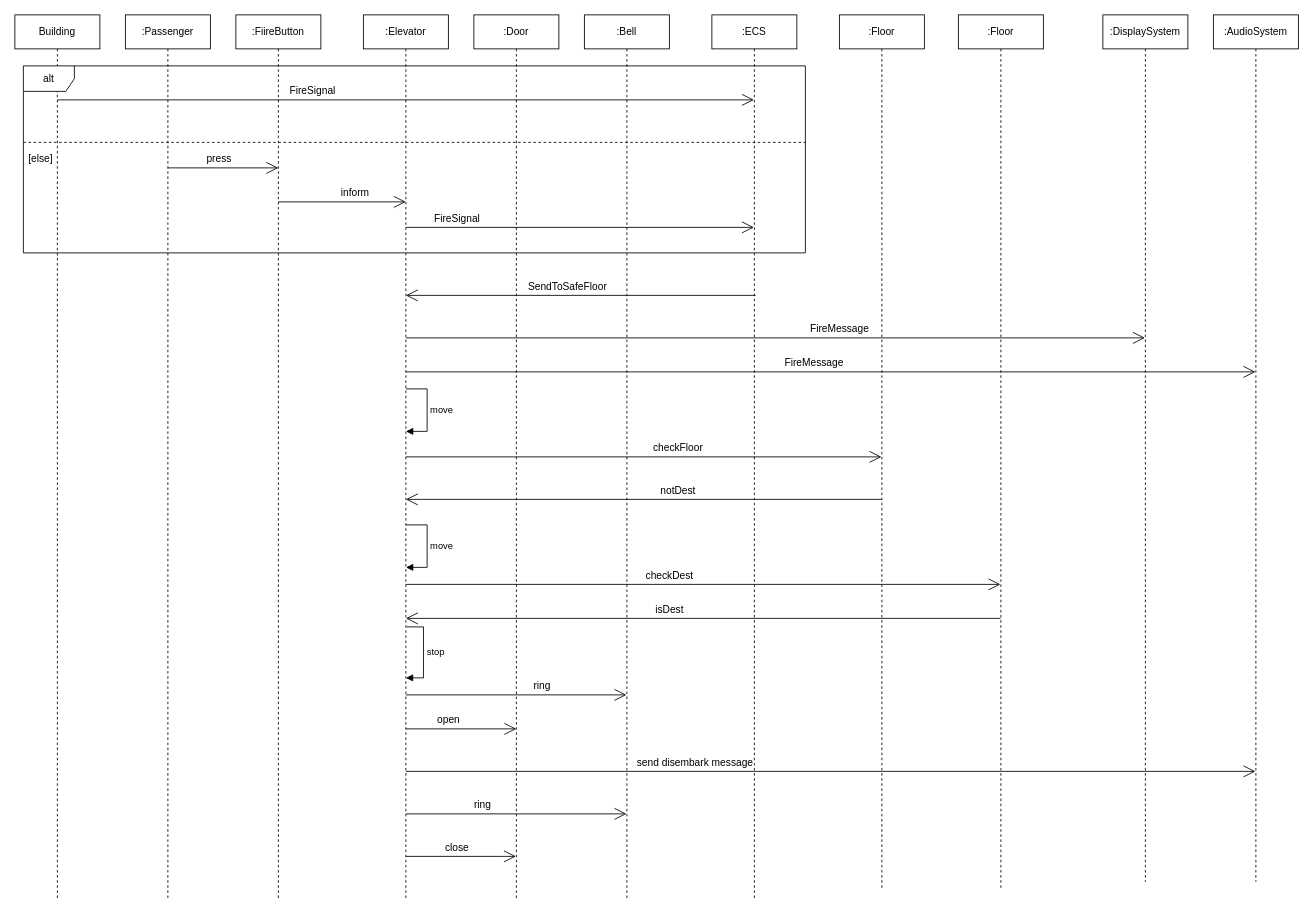
Above: sequenceDiagram4.drawio in streaker0/UML-saves (draw.io), before the change. Source tidied: cells renumbered, new cells numbered last; positions are measured from the earlier drawing's top-left corner, leaving out a move shared by most shapes. Both pictures are drawn from the tidied source at 85%, with x=0, y=0 at pixel (14, 14).
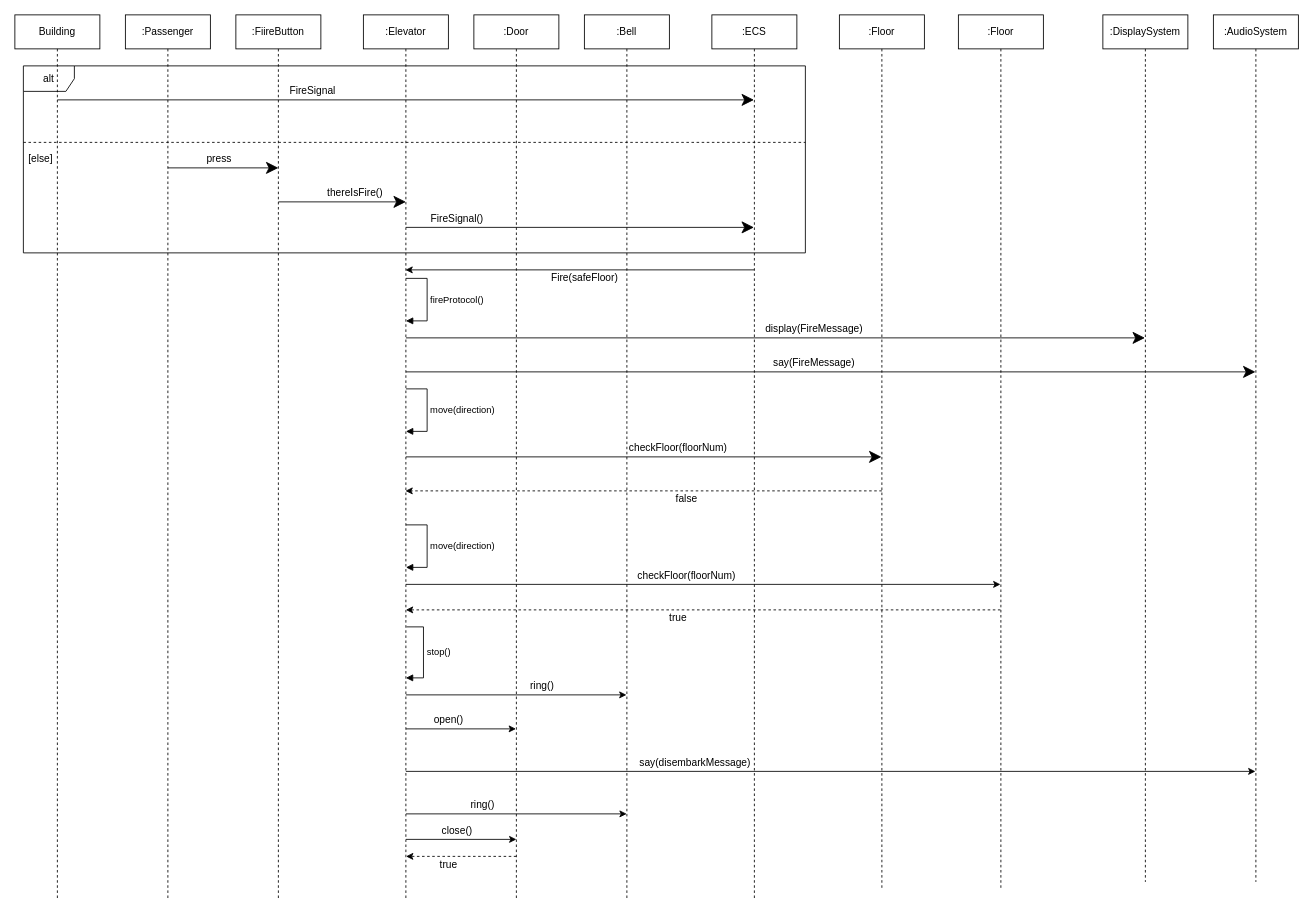
Above is the later version.

Unchanged cells that the change refers to:
```xml
<mxCell id="6" value=":Elevator" style="shape=umlLifeline;perimeter=lifelinePerimeter;whiteSpace=wrap;html=1;outlineConnect=0;" parent="1" vertex="1">
  <mxGeometry x="410" width="100" height="1040" as="geometry" />
</mxCell>
<mxCell id="7" value=":ECS" style="shape=umlLifeline;perimeter=lifelinePerimeter;whiteSpace=wrap;html=1;outlineConnect=0;" parent="1" vertex="1">
  <mxGeometry x="820" width="100" height="1040" as="geometry" />
</mxCell>
<mxCell id="8" value=":Floor" style="shape=umlLifeline;perimeter=lifelinePerimeter;whiteSpace=wrap;html=1;outlineConnect=0;" parent="1" vertex="1">
  <mxGeometry x="1110" width="100" height="1030" as="geometry" />
</mxCell>
<mxCell id="9" value=":AudioSystem" style="shape=umlLifeline;perimeter=lifelinePerimeter;whiteSpace=wrap;html=1;outlineConnect=0;" parent="1" vertex="1">
  <mxGeometry x="1410" width="100" height="1020" as="geometry" />
</mxCell>
<mxCell id="10" value=":DisplaySystem" style="shape=umlLifeline;perimeter=lifelinePerimeter;whiteSpace=wrap;html=1;outlineConnect=0;" parent="1" vertex="1">
  <mxGeometry x="1280" width="100" height="1020" as="geometry" />
</mxCell>
<mxCell id="11" value=":Door" style="shape=umlLifeline;perimeter=lifelinePerimeter;whiteSpace=wrap;html=1;outlineConnect=0;" parent="1" vertex="1">
  <mxGeometry x="540" width="100" height="1040" as="geometry" />
</mxCell>
<mxCell id="14" value=":Bell" style="shape=umlLifeline;perimeter=lifelinePerimeter;whiteSpace=wrap;html=1;outlineConnect=0;" parent="1" vertex="1">
  <mxGeometry x="670" width="100" height="1040" as="geometry" />
</mxCell>
<mxCell id="18" value=":Floor" style="shape=umlLifeline;perimeter=lifelinePerimeter;whiteSpace=wrap;html=1;outlineConnect=0;" parent="1" vertex="1">
  <mxGeometry x="970" width="100" height="1030" as="geometry" />
</mxCell>
```

What changed in the source:
```diff
@@
+    <mxCell id="49" value="alt" style="shape=umlFrame;whiteSpace=wrap;html=1;" parent="1" vertex="1">
+      <mxGeometry x="10" y="60" width="920" height="220" as="geometry" />
+    </mxCell>
@@
-    <mxCell id="12" style="endArrow=open;endFill=1;endSize=12;html=1;" parent="11" edge="1" target="7">
+    <mxCell id="12" style="endArrow=classic;endFill=1;endSize=12;html=1;" parent="11" edge="1" target="7">
       <mxGeometry relative="1" as="geometry">
         <mxPoint x="-80" y="250" as="sourcePoint" />
       </mxGeometry>
     </mxCell>
-    <mxCell id="13" style="endArrow=open;endFill=1;endSize=12;html=1;" parent="11" edge="1" target="14">
-      <mxGeometry relative="1" as="geometry">
-        <mxPoint x="-80" y="940" as="sourcePoint" />
-      </mxGeometry>
-    </mxCell>
@@
-    <mxCell id="15" style="endArrow=open;endFill=1;endSize=12;html=1;" parent="1" edge="1" target="7">
+    <mxCell id="15" style="endArrow=classic;endFill=1;endSize=12;html=1;" parent="1" edge="1" target="7">
       <mxGeometry relative="1" as="geometry">
         <mxPoint x="50" y="100" as="sourcePoint" />
       </mxGeometry>
     </mxCell>
-    <mxCell id="16" style="endArrow=open;endFill=1;endSize=12;html=1;" parent="1" edge="1">
+    <mxCell id="16" style="endArrow=classic;endFill=1;endSize=12;html=1;" parent="1" edge="1">
       <mxGeometry relative="1" as="geometry">
         <mxPoint x="180" y="180" as="sourcePoint" />
         <mxPoint x="310" y="180" as="targetPoint" />
       </mxGeometry>
     </mxCell>
-    <mxCell id="17" style="endArrow=open;endFill=1;endSize=12;html=1;" parent="1" edge="1">
+    <mxCell id="17" style="endArrow=classic;endFill=1;endSize=12;html=1;" parent="1" edge="1">
       <mxGeometry relative="1" as="geometry">
         <mxPoint x="310" y="220" as="sourcePoint" />
         <mxPoint x="460" y="220" as="targetPoint" />
       </mxGeometry>
     </mxCell>
@@
-    <mxCell id="19" style="endArrow=open;endFill=1;endSize=12;html=1;" parent="1" edge="1" target="10">
+    <mxCell id="19" style="endArrow=classic;endFill=1;endSize=12;html=1;" parent="1" edge="1" target="10">
       <mxGeometry relative="1" as="geometry">
         <mxPoint x="460" y="380" as="sourcePoint" />
       </mxGeometry>
     </mxCell>
-    <mxCell id="20" style="endArrow=open;endFill=1;endSize=12;html=1;" parent="1" edge="1" target="9">
+    <mxCell id="20" style="endArrow=classic;endFill=1;endSize=12;html=1;" parent="1" edge="1" target="9">
       <mxGeometry relative="1" as="geometry">
         <mxPoint x="460" y="420" as="sourcePoint" />
       </mxGeometry>
     </mxCell>
-    <mxCell id="21" style="endArrow=open;endFill=1;endSize=12;html=1;" parent="1" edge="1">
-      <mxGeometry relative="1" as="geometry">
-        <mxPoint x="871.4" y="330" as="sourcePoint" />
-        <mxPoint x="460" y="330" as="targetPoint" />
-      </mxGeometry>
-    </mxCell>
-    <mxCell id="22" style="endArrow=open;endFill=1;endSize=12;html=1;" parent="1" edge="1" target="18">
+    <mxCell id="22" style="endArrow=classic;endFill=1;endSize=12;html=1;" parent="1" edge="1" target="18">
       <mxGeometry relative="1" as="geometry">
         <mxPoint x="460" y="520" as="sourcePoint" />
       </mxGeometry>
     </mxCell>
-    <mxCell id="23" style="endArrow=open;endFill=1;endSize=12;html=1;" parent="1" edge="1">
-      <mxGeometry relative="1" as="geometry">
-        <mxPoint x="1019.5" y="570" as="sourcePoint" />
-        <mxPoint x="460" y="570" as="targetPoint" />
-      </mxGeometry>
-    </mxCell>
-    <mxCell id="24" style="endArrow=open;endFill=1;endSize=12;html=1;" parent="1" edge="1" target="8">
-      <mxGeometry relative="1" as="geometry">
-        <mxPoint x="460" y="670" as="sourcePoint" />
-      </mxGeometry>
-    </mxCell>
-    <mxCell id="25" style="endArrow=open;endFill=1;endSize=12;html=1;" parent="1" edge="1">
-      <mxGeometry relative="1" as="geometry">
-        <mxPoint x="1159.5" y="710" as="sourcePoint" />
-        <mxPoint x="460" y="710" as="targetPoint" />
-      </mxGeometry>
-    </mxCell>
@@
-    <mxCell id="28" value="inform" style="text;html=1;align=center;verticalAlign=middle;" parent="1" vertex="1">
-      <mxGeometry x="375" y="200" width="50" height="20" as="geometry" />
+    <mxCell id="28" value="thereIsFire()" style="text;html=1;align=center;verticalAlign=middle;" parent="1" vertex="1">
+      <mxGeometry x="360" y="200" width="80" height="20" as="geometry" />
     </mxCell>
-    <mxCell id="29" value="FireSignal" style="text;html=1;align=center;verticalAlign=middle;" parent="1" vertex="1">
-      <mxGeometry x="485" y="230" width="70" height="20" as="geometry" />
+    <mxCell id="29" value="FireSignal()" style="text;html=1;align=center;verticalAlign=middle;" parent="1" vertex="1">
+      <mxGeometry x="480" y="230" width="80" height="20" as="geometry" />
     </mxCell>
-    <mxCell id="30" value="SendToSafeFloor" style="text;html=1;align=center;verticalAlign=middle;" parent="1" vertex="1">
-      <mxGeometry x="595" y="310" width="110" height="20" as="geometry" />
-    </mxCell>
-    <mxCell id="31" value="FireMessage" style="text;html=1;align=center;verticalAlign=middle;" parent="1" vertex="1">
-      <mxGeometry x="930" y="360" width="80" height="20" as="geometry" />
+    <mxCell id="31" value="display(FireMessage)" style="text;html=1;align=center;verticalAlign=middle;" parent="1" vertex="1">
+      <mxGeometry x="875" y="360" width="130" height="20" as="geometry" />
     </mxCell>
-    <mxCell id="32" value="FireMessage" style="text;html=1;align=center;verticalAlign=middle;" parent="1" vertex="1">
-      <mxGeometry x="900" y="400" width="80" height="20" as="geometry" />
+    <mxCell id="32" value="say(FireMessage)" style="text;html=1;align=center;verticalAlign=middle;" parent="1" vertex="1">
+      <mxGeometry x="885" y="400" width="110" height="20" as="geometry" />
     </mxCell>
-    <mxCell id="33" value="checkFloor" style="text;html=1;align=center;verticalAlign=middle;" parent="1" vertex="1">
-      <mxGeometry x="745" y="500" width="70" height="20" as="geometry" />
+    <mxCell id="33" value="checkFloor(floorNum)" style="text;html=1;align=center;verticalAlign=middle;" parent="1" vertex="1">
+      <mxGeometry x="715" y="500" width="130" height="20" as="geometry" />
     </mxCell>
-    <mxCell id="34" value="notDest" style="text;html=1;align=center;verticalAlign=middle;" parent="1" vertex="1">
-      <mxGeometry x="750" y="550" width="60" height="20" as="geometry" />
-    </mxCell>
-    <mxCell id="35" value="checkDest" style="text;html=1;align=center;verticalAlign=middle;" parent="1" vertex="1">
-      <mxGeometry x="735" y="650" width="70" height="20" as="geometry" />
+    <mxCell id="35" value="checkFloor(floorNum)" style="text;html=1;align=center;verticalAlign=middle;" parent="1" vertex="1">
+      <mxGeometry x="725" y="650" width="130" height="20" as="geometry" />
     </mxCell>
-    <mxCell id="36" value="isDest" style="text;html=1;align=center;verticalAlign=middle;" parent="1" vertex="1">
-      <mxGeometry x="745" y="690" width="50" height="20" as="geometry" />
-    </mxCell>
-    <mxCell id="37" style="endArrow=open;endFill=1;endSize=12;html=1;" parent="1" edge="1" target="14">
-      <mxGeometry relative="1" as="geometry">
-        <mxPoint x="460" y="800" as="sourcePoint" />
-      </mxGeometry>
-    </mxCell>
-    <mxCell id="38" style="endArrow=open;endFill=1;endSize=12;html=1;" parent="1" edge="1">
-      <mxGeometry relative="1" as="geometry">
-        <mxPoint x="460" y="840" as="sourcePoint" />
-        <mxPoint x="590" y="840" as="targetPoint" />
-      </mxGeometry>
-    </mxCell>
-    <mxCell id="39" style="endArrow=open;endFill=1;endSize=12;html=1;" parent="1" edge="1" target="9">
-      <mxGeometry relative="1" as="geometry">
-        <mxPoint x="460" y="890" as="sourcePoint" />
-      </mxGeometry>
-    </mxCell>
-    <mxCell id="40" style="endArrow=open;endFill=1;endSize=12;html=1;" parent="1" edge="1" target="11">
-      <mxGeometry relative="1" as="geometry">
-        <mxPoint x="460" y="990" as="sourcePoint" />
-      </mxGeometry>
-    </mxCell>
-    <mxCell id="41" value="move" style="edgeStyle=orthogonalEdgeStyle;html=1;align=left;spacingLeft=2;endArrow=block;rounded=0;" parent="1" edge="1">
+    <mxCell id="41" value="move(direction)" style="edgeStyle=orthogonalEdgeStyle;html=1;align=left;spacingLeft=2;endArrow=block;rounded=0;" parent="1" edge="1">
       <mxGeometry relative="1" as="geometry">
         <mxPoint x="460" y="440" as="sourcePoint" />
         <mxPoint x="460.1" y="490" as="targetPoint" />
         <Array as="points">
           <mxPoint x="485" y="440" />
           <mxPoint x="485" y="490" />
         </Array>
       </mxGeometry>
     </mxCell>
-    <mxCell id="42" value="move" style="edgeStyle=orthogonalEdgeStyle;html=1;align=left;spacingLeft=2;endArrow=block;rounded=0;" parent="1" edge="1">
+    <mxCell id="42" value="move(direction)" style="edgeStyle=orthogonalEdgeStyle;html=1;align=left;spacingLeft=2;endArrow=block;rounded=0;" parent="1" edge="1">
       <mxGeometry relative="1" as="geometry">
         <mxPoint x="460" y="600" as="sourcePoint" />
         <mxPoint x="460.1" y="650" as="targetPoint" />
         <Array as="points">
           <mxPoint x="485" y="600" />
           <mxPoint x="485" y="650" />
         </Array>
       </mxGeometry>
     </mxCell>
-    <mxCell id="43" value="stop" style="edgeStyle=orthogonalEdgeStyle;html=1;align=left;spacingLeft=2;endArrow=block;rounded=0;" parent="1" edge="1">
+    <mxCell id="43" value="stop()" style="edgeStyle=orthogonalEdgeStyle;html=1;align=left;spacingLeft=2;endArrow=block;rounded=0;" parent="1" edge="1">
       <mxGeometry relative="1" as="geometry">
         <mxPoint x="460.7" y="720" as="sourcePoint" />
         <mxPoint x="460" y="780" as="targetPoint" />
         <Array as="points">
           <mxPoint x="480.7" y="720" />
           <mxPoint x="480.7" y="780" />
         </Array>
       </mxGeometry>
     </mxCell>
-    <mxCell id="44" value="ring" style="text;html=1;align=center;verticalAlign=middle;" parent="1" vertex="1">
+    <mxCell id="44" value="ring()" style="text;html=1;align=center;verticalAlign=middle;" parent="1" vertex="1">
       <mxGeometry x="600" y="780" width="40" height="20" as="geometry" />
     </mxCell>
-    <mxCell id="45" value="open" style="text;html=1;align=center;verticalAlign=middle;" parent="1" vertex="1">
-      <mxGeometry x="490" y="820" width="40" height="20" as="geometry" />
+    <mxCell id="45" value="open()" style="text;html=1;align=center;verticalAlign=middle;" parent="1" vertex="1">
+      <mxGeometry x="485" y="820" width="50" height="20" as="geometry" />
     </mxCell>
-    <mxCell id="46" value="send disembark message" style="text;html=1;align=center;verticalAlign=middle;" parent="1" vertex="1">
+    <mxCell id="46" value="say(disembarkMessage)" style="text;html=1;align=center;verticalAlign=middle;" parent="1" vertex="1">
       <mxGeometry x="725" y="870" width="150" height="20" as="geometry" />
     </mxCell>
-    <mxCell id="47" value="ring" style="text;html=1;align=center;verticalAlign=middle;" parent="1" vertex="1">
+    <mxCell id="47" value="ring()" style="text;html=1;align=center;verticalAlign=middle;" parent="1" vertex="1">
       <mxGeometry x="530" y="920" width="40" height="20" as="geometry" />
     </mxCell>
-    <mxCell id="48" value="close" style="text;html=1;align=center;verticalAlign=middle;" parent="1" vertex="1">
-      <mxGeometry x="500" y="970" width="40" height="20" as="geometry" />
+    <mxCell id="48" value="close()" style="text;html=1;align=center;verticalAlign=middle;" parent="1" vertex="1">
+      <mxGeometry x="495" y="950" width="50" height="20" as="geometry" />
     </mxCell>
-    <mxCell id="49" value="alt" style="shape=umlFrame;whiteSpace=wrap;html=1;" parent="1" vertex="1">
-      <mxGeometry x="10" y="60" width="920" height="220" as="geometry" />
-    </mxCell>
@@
+    <mxCell id="51" style="endArrow=classic;html=1;dashed=1;" parent="1" edge="1" target="6">
+      <mxGeometry relative="1" as="geometry">
+        <mxPoint x="1020" y="560" as="sourcePoint" />
+      </mxGeometry>
+    </mxCell>
+    <mxCell id="52" value="false" style="text;html=1;align=center;verticalAlign=middle;" parent="1" vertex="1">
+      <mxGeometry x="770" y="560" width="40" height="20" as="geometry" />
+    </mxCell>
+    <mxCell id="53" style="endArrow=classic;html=1;dashed=1;" parent="1" edge="1" source="8">
+      <mxGeometry relative="1" as="geometry">
+        <mxPoint x="460" y="700" as="targetPoint" />
+      </mxGeometry>
+    </mxCell>
+    <mxCell id="54" style="endArrow=classic;html=1;" parent="1" edge="1" target="8">
+      <mxGeometry relative="1" as="geometry">
+        <mxPoint x="460" y="670" as="sourcePoint" />
+      </mxGeometry>
+    </mxCell>
+    <mxCell id="55" value="true" style="text;html=1;align=center;verticalAlign=middle;" parent="1" vertex="1">
+      <mxGeometry x="760" y="700" width="40" height="20" as="geometry" />
+    </mxCell>
+    <mxCell id="56" style="endArrow=classic;html=1;" parent="1" edge="1" target="14">
+      <mxGeometry relative="1" as="geometry">
+        <mxPoint x="460" y="800" as="sourcePoint" />
+      </mxGeometry>
+    </mxCell>
+    <mxCell id="57" style="endArrow=classic;html=1;" parent="1" edge="1" target="11">
+      <mxGeometry relative="1" as="geometry">
+        <mxPoint x="460.2" y="840" as="sourcePoint" />
+      </mxGeometry>
+    </mxCell>
+    <mxCell id="58" style="endArrow=classic;html=1;" parent="1" edge="1" target="9">
+      <mxGeometry relative="1" as="geometry">
+        <mxPoint x="460" y="890" as="sourcePoint" />
+      </mxGeometry>
+    </mxCell>
+    <mxCell id="59" style="endArrow=classic;html=1;" parent="1" edge="1">
+      <mxGeometry relative="1" as="geometry">
+        <mxPoint x="460.2" y="940" as="sourcePoint" />
+        <mxPoint x="719.8" y="940" as="targetPoint" />
+      </mxGeometry>
+    </mxCell>
+    <mxCell id="60" style="endArrow=classic;html=1;" parent="1" edge="1">
+      <mxGeometry relative="1" as="geometry">
+        <mxPoint x="460.2" y="970" as="sourcePoint" />
+        <mxPoint x="590" y="970" as="targetPoint" />
+      </mxGeometry>
+    </mxCell>
+    <mxCell id="61" style="endArrow=classic;html=1;dashed=1;" parent="1" edge="1">
+      <mxGeometry relative="1" as="geometry">
+        <mxPoint x="590" y="990" as="sourcePoint" />
+        <mxPoint x="460.2" y="990" as="targetPoint" />
+      </mxGeometry>
+    </mxCell>
+    <mxCell id="62" value="true" style="text;html=1;align=center;verticalAlign=middle;" parent="1" vertex="1">
+      <mxGeometry x="490" y="990" width="40" height="20" as="geometry" />
+    </mxCell>
+    <mxCell id="63" style="endArrow=classic;html=1;" parent="1" edge="1" target="6">
+      <mxGeometry relative="1" as="geometry">
+        <mxPoint x="870" y="300" as="sourcePoint" />
+      </mxGeometry>
+    </mxCell>
+    <mxCell id="64" value="Fire(safeFloor)" style="text;html=1;align=center;verticalAlign=middle;" parent="1" vertex="1">
+      <mxGeometry x="625" y="300" width="90" height="20" as="geometry" />
+    </mxCell>
+    <mxCell id="65" value="fireProtocol()" style="edgeStyle=orthogonalEdgeStyle;html=1;align=left;spacingLeft=2;endArrow=block;rounded=0;" parent="1" edge="1">
+      <mxGeometry relative="1" as="geometry">
+        <mxPoint x="460" y="310" as="sourcePoint" />
+        <mxPoint x="460.1" y="360" as="targetPoint" />
+        <Array as="points">
+          <mxPoint x="485" y="310" />
+          <mxPoint x="485" y="360" />
+        </Array>
+      </mxGeometry>
+    </mxCell>
```
